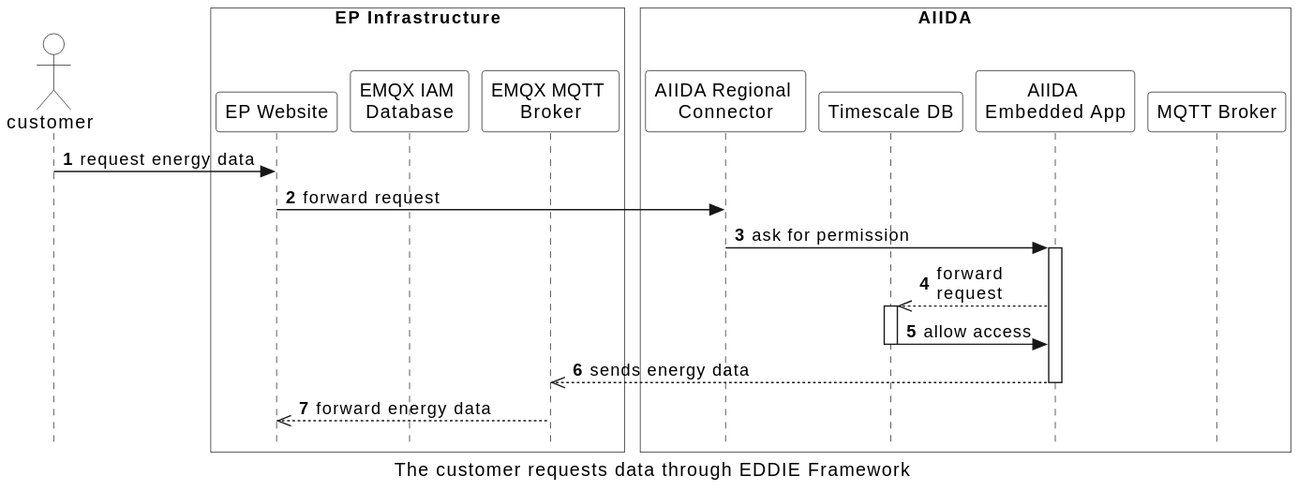
Earlier version of the PlantUML export arc42/aiida/runtime-view/figures/aiida_request_data.svg (eddie-energy/architecture). The source it was exported from:
```plantuml
@startuml
caption The customer requests data through EDDIE  Framework

skinparam style strictuml
skinparam sequence {
  ParticipantBackgroundColor transparent
  ActorBackgroundColor transparent
}

autonumber
!pragma teoz true
actor customer

box "Device" as device
end box

box "EP Infrastructure" #transparent

    participant "EP Website" as website
      participant "EMQX IAM \nDatabase" as database
    participant "EMQX MQTT \nBroker" as mqttbroker
end box
    box "\tAIIDA\t\t"  #transparent
    participant "AIIDA Regional \nConnector" as connector
     participant "Timescale DB" as timescale
      participant "AIIDA \nEmbedded App"  as app
      participant "MQTT Broker" as broker
  end box




customer -> website : request energy data
website -> connector : forward request


connector -> app: ask for permission

activate app
app -->> timescale : forward\nrequest
activate timescale
timescale -> app : allow access
deactivate timescale
app -->> mqttbroker  :sends energy data
deactivate app

deactivate connector

deactivate timescale
mqttbroker -->> website : forward energy data

deactivate database
@enduml
```
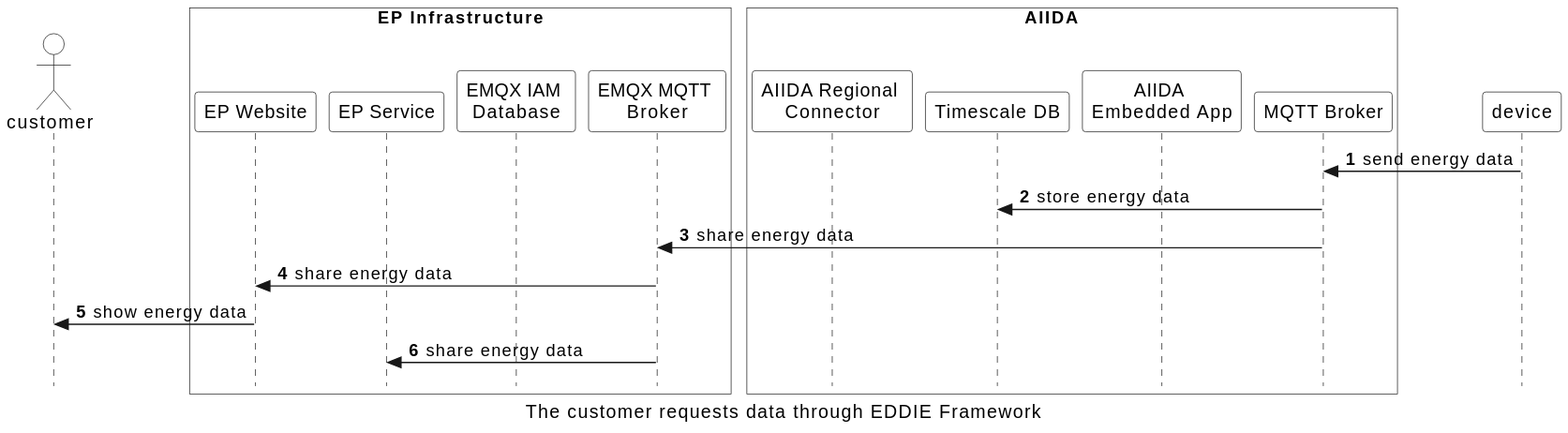
After the commit.

Commit message:
aiida runtime view

The edit, as a diff of the source:
```diff
@@ -17,6 +17,7 @@
 box "EP Infrastructure" #transparent
 
     participant "EP Website" as website
+       participant "EP Service" as service
       participant "EMQX IAM \nDatabase" as database
     participant "EMQX MQTT \nBroker" as mqttbroker
 end box
@@ -29,25 +30,10 @@
 
 
 
-
-customer -> website : request energy data
-website -> connector : forward request
-
-
-connector -> app: ask for permission
-
-activate app
-app -->> timescale : forward\nrequest
-activate timescale
-timescale -> app : allow access
-deactivate timescale
-app -->> mqttbroker  :sends energy data
-deactivate app
-
-deactivate connector
-
-deactivate timescale
-mqttbroker -->> website : forward energy data
-
-deactivate database
+device -> broker : send energy data
+broker -> timescale : store energy data
+broker -> mqttbroker : share energy data
+mqttbroker -> website : share energy data
+website -> customer : show energy data
+mqttbroker -> service : share energy data
 @enduml
```
